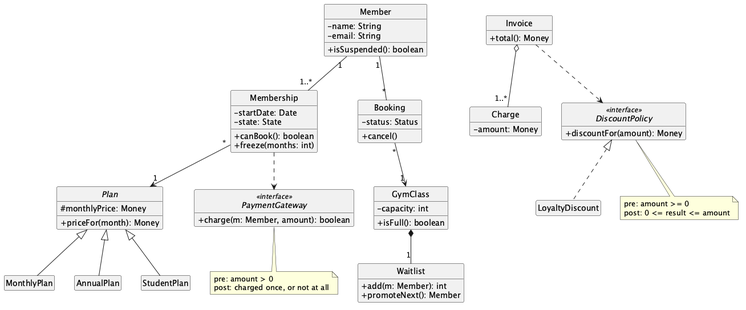
Above: report/analysis/class-diagram.png in CS6451-Advanced-Software-Design/Gym-Membership (PlantUML), before the change. The source it was exported from:
```plantuml
@startuml class-diagram
!include ../style.iuml

class Member {
  - name: String
  - email: String
  + isSuspended(): boolean
}
class Membership {
  - startDate: Date
  - state: State
  + canBook(): boolean
  + freeze(months: int)
}
abstract class Plan {
  # monthlyPrice: Money
  + priceFor(month): Money
}
class MonthlyPlan
class AnnualPlan
class StudentPlan

class GymClass {
  - capacity: int
  + isFull(): boolean
}
class Waitlist {
  + add(m: Member): int
  + promoteNext(): Member
}
class Booking {
  - status: Status
  + cancel()
}
class Invoice {
  + total(): Money
}
class Charge {
  - amount: Money
}
interface DiscountPolicy <<interface>> {
  + discountFor(amount): Money
}
class LoyaltyDiscount
interface PaymentGateway <<interface>> {
  + charge(m: Member, amount): boolean
}

Member "1" -- "1..*" Membership
Membership "*" --> "1" Plan
Plan <|-- MonthlyPlan
Plan <|-- AnnualPlan
Plan <|-- StudentPlan
Member "1" -- "*" Booking
Booking "*" --> "1" GymClass
GymClass *-- "1" Waitlist
Invoice o-- "1..*" Charge
Invoice ..> DiscountPolicy
DiscountPolicy <|.. LoyaltyDiscount
Membership ..> PaymentGateway

note bottom of DiscountPolicy
  pre: amount >= 0
  post: 0 <= result <= amount
end note
note bottom of PaymentGateway
  pre: amount > 0
  post: charged once, or not at all
end note
@enduml
```
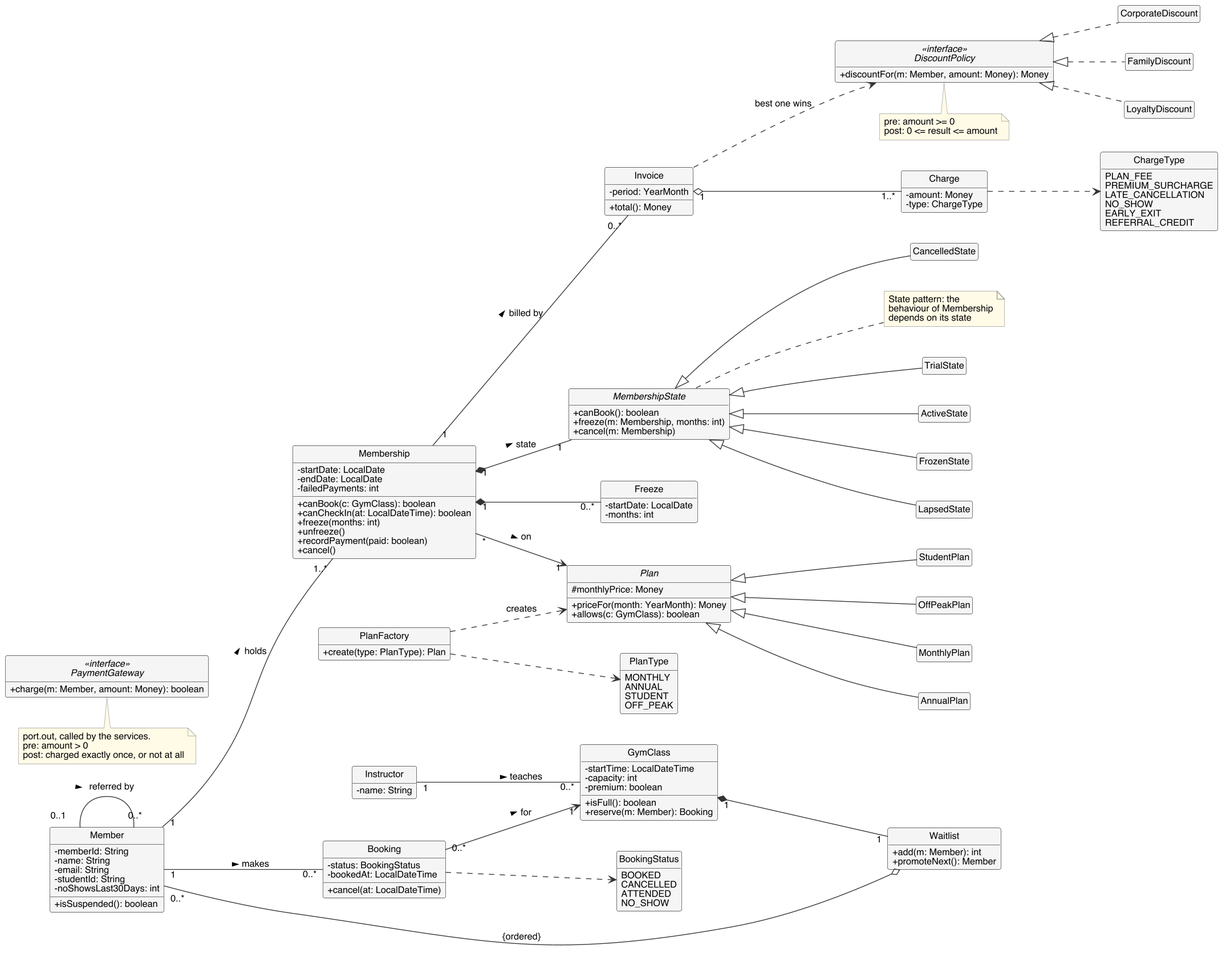
After the change.

Commit message:
docs: redraw the class diagram around the business rules

Add the Off-Peak plan, the five MembershipState classes, PlanFactory,
Freeze, Instructor, all three discount policies, the referral link and
the three enumerations. PaymentGateway stays a port.out interface with
no domain class depending on it, as the Hexagonal rule requires.

What changed in the source:
```diff
@@ -1,70 +1,175 @@
-@startuml class-diagram
-!include ../style.iuml
+@startuml
+!include common.iuml
+hide circle
+left to right direction
+hide empty members
+skinparam classAttributeIconSize 0
+skinparam class {
+  BackgroundColor #F5F5F5
+  BorderColor #333333
+}
+skinparam nodesep 40
+skinparam ranksep 60
 
 class Member {
-  - name: String
-  - email: String
-  + isSuspended(): boolean
+  -memberId: String
+  -name: String
+  -email: String
+  -studentId: String
+  -noShowsLast30Days: int
+  +isSuspended(): boolean
 }
+
 class Membership {
-  - startDate: Date
-  - state: State
-  + canBook(): boolean
-  + freeze(months: int)
+  -startDate: LocalDate
+  -endDate: LocalDate
+  -failedPayments: int
+  +canBook(c: GymClass): boolean
+  +canCheckIn(at: LocalDateTime): boolean
+  +freeze(months: int)
+  +unfreeze()
+  +recordPayment(paid: boolean)
+  +cancel()
 }
+
+abstract class MembershipState {
+  +canBook(): boolean
+  +freeze(m: Membership, months: int)
+  +cancel(m: Membership)
+}
+class TrialState
+class ActiveState
+class FrozenState
+class LapsedState
+class CancelledState
+
+class Freeze {
+  -startDate: LocalDate
+  -months: int
+}
+
 abstract class Plan {
-  # monthlyPrice: Money
-  + priceFor(month): Money
+  #monthlyPrice: Money
+  +priceFor(month: YearMonth): Money
+  +allows(c: GymClass): boolean
 }
 class MonthlyPlan
 class AnnualPlan
 class StudentPlan
+class OffPeakPlan
+
+class PlanFactory {
+  +create(type: PlanType): Plan
+}
+enum PlanType {
+  MONTHLY
+  ANNUAL
+  STUDENT
+  OFF_PEAK
+}
+
+class Instructor {
+  -name: String
+}
 
 class GymClass {
-  - capacity: int
-  + isFull(): boolean
-}
-class Waitlist {
-  + add(m: Member): int
-  + promoteNext(): Member
-}
-class Booking {
-  - status: Status
-  + cancel()
-}
-class Invoice {
-  + total(): Money
-}
-class Charge {
-  - amount: Money
-}
-interface DiscountPolicy <<interface>> {
-  + discountFor(amount): Money
-}
-class LoyaltyDiscount
-interface PaymentGateway <<interface>> {
-  + charge(m: Member, amount): boolean
+  -startTime: LocalDateTime
+  -capacity: int
+  -premium: boolean
+  +isFull(): boolean
+  +reserve(m: Member): Booking
 }
 
-Member "1" -- "1..*" Membership
-Membership "*" --> "1" Plan
+class Booking {
+  -status: BookingStatus
+  -bookedAt: LocalDateTime
+  +cancel(at: LocalDateTime)
+}
+enum BookingStatus {
+  BOOKED
+  CANCELLED
+  ATTENDED
+  NO_SHOW
+}
+
+class Waitlist {
+  +add(m: Member): int
+  +promoteNext(): Member
+}
+
+class Invoice {
+  -period: YearMonth
+  +total(): Money
+}
+
+class Charge {
+  -amount: Money
+  -type: ChargeType
+}
+enum ChargeType {
+  PLAN_FEE
+  PREMIUM_SURCHARGE
+  LATE_CANCELLATION
+  NO_SHOW
+  EARLY_EXIT
+  REFERRAL_CREDIT
+}
+
+interface DiscountPolicy <<interface>> {
+  +discountFor(m: Member, amount: Money): Money
+}
+class CorporateDiscount
+class FamilyDiscount
+class LoyaltyDiscount
+
+interface PaymentGateway <<interface>> {
+  +charge(m: Member, amount: Money): boolean
+}
+
+Member "1" -- "1..*" Membership : holds >
+Member "0..1" -- "0..*" Member : referred by <
+Membership "*" --> "1" Plan : on >
+Membership "1" *-- "1" MembershipState : state >
+Membership "1" *-- "0..*" Freeze
+MembershipState <|-- TrialState
+MembershipState <|-- ActiveState
+MembershipState <|-- FrozenState
+MembershipState <|-- LapsedState
+MembershipState <|-- CancelledState
 Plan <|-- MonthlyPlan
 Plan <|-- AnnualPlan
 Plan <|-- StudentPlan
-Member "1" -- "*" Booking
-Booking "*" --> "1" GymClass
-GymClass *-- "1" Waitlist
-Invoice o-- "1..*" Charge
-Invoice ..> DiscountPolicy
+Plan <|-- OffPeakPlan
+PlanFactory ..> Plan : creates
+PlanFactory ..> PlanType
+
+Member "1" -- "0..*" Booking : makes >
+Booking "0..*" --> "1" GymClass : for >
+Instructor "1" -- "0..*" GymClass : teaches >
+GymClass "1" *-- "1" Waitlist
+Waitlist o-- "0..*" Member : {ordered}
+Booking ..> BookingStatus
+
+Membership "1" -- "0..*" Invoice : billed by >
+Invoice "1" o-- "1..*" Charge
+Charge ..> ChargeType
+Invoice ..> DiscountPolicy : best one wins
+DiscountPolicy <|.. CorporateDiscount
+DiscountPolicy <|.. FamilyDiscount
 DiscountPolicy <|.. LoyaltyDiscount
-Membership ..> PaymentGateway
 
 note bottom of DiscountPolicy
   pre: amount >= 0
   post: 0 <= result <= amount
 end note
 note bottom of PaymentGateway
+  port.out, called by the services.
   pre: amount > 0
-  post: charged once, or not at all
+  post: charged exactly once, or not at all
+end note
+note right of MembershipState
+  State pattern: the
+  behaviour of Membership
+  depends on its state
 end note
 @enduml
```
